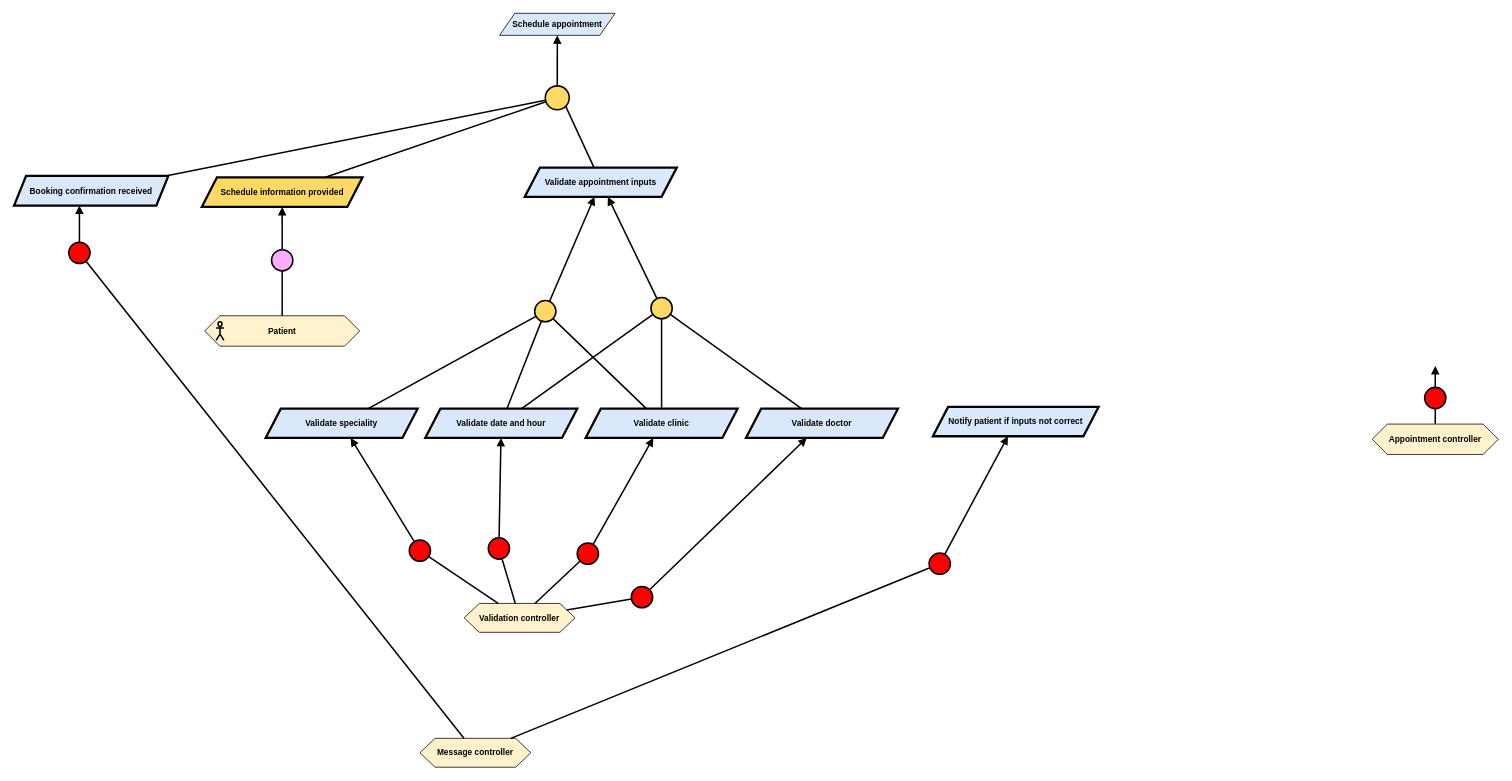
This is Kaos/KAOS 3.drawio from RafaelCMira/myclinic-msp-project, a draw.io file, before an edit. Source tidied: cells renumbered, new cells numbered last; positions are measured from the earlier drawing's top-left corner, leaving out a move shared by most shapes. Both pictures are drawn from the tidied source at 76%, with x=0, y=0 at pixel (14, 13).
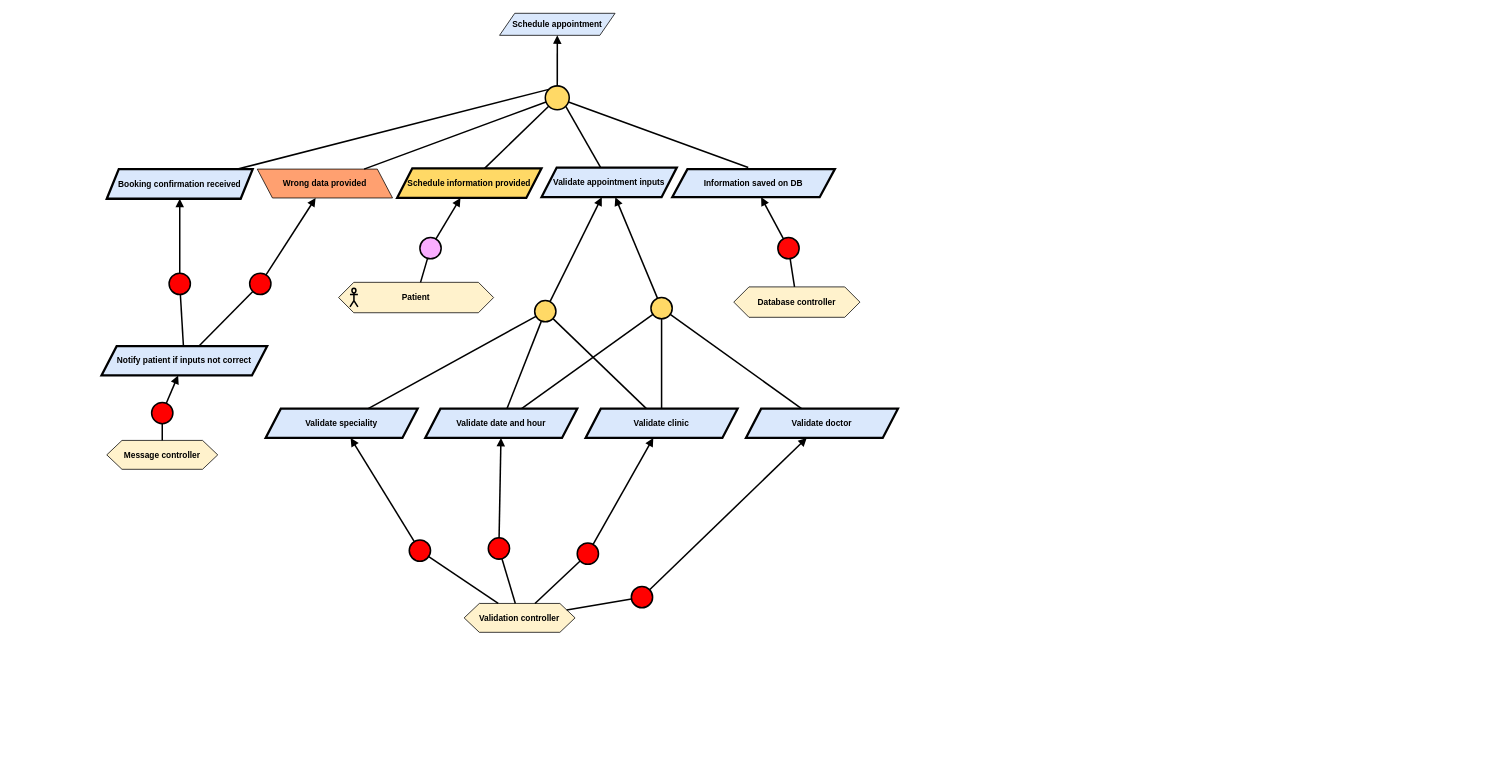
The same page after the edit.

Unchanged cells that the change refers to:
```xml
<mxCell id="14" style="ellipse;whiteSpace=wrap;html=1;fillColor=#FFD966;strokeWidth=2;" parent="1" vertex="1">
  <mxGeometry x="699" y="95.5" width="31.5" height="31.5" as="geometry" />
</mxCell>
```

Change to the diagram source:
```diff
@@
     <mxCell id="4" value="&lt;div&gt;&lt;b&gt;Message controller&lt;/b&gt;&lt;/div&gt;" style="shape=hexagon;perimeter=hexagonPerimeter2;whiteSpace=wrap;html=1;fixedSize=1;fillColor=#FFF2CC;fontFamily=Helvetica;fontSize=11;fontColor=default;labelBackgroundColor=none;" parent="1" vertex="1">
-      <mxGeometry x="534" y="954" width="146" height="38" as="geometry" />
+      <mxGeometry x="122" y="562" width="146" height="38" as="geometry" />
     </mxCell>
     <mxCell id="5" value="&lt;b&gt;Booking confirmation received&lt;/b&gt;" style="shape=parallelogram;perimeter=parallelogramPerimeter;whiteSpace=wrap;html=1;fixedSize=1;fillColor=#dae8fc;strokeColor=#000000;strokeWidth=3;fontFamily=Helvetica;fontSize=11;fontColor=default;labelBackgroundColor=none;size=15.809148879277927;" parent="1" vertex="1">
-      <mxGeometry y="214" width="203" height="39" as="geometry" />
+      <mxGeometry x="122" y="205" width="192" height="39" as="geometry" />
     </mxCell>
     <mxCell id="6" value="&lt;b&gt;Schedule information provided&lt;/b&gt;" style="shape=parallelogram;perimeter=parallelogramPerimeter;whiteSpace=wrap;html=1;fixedSize=1;fillColor=#FFD966;strokeColor=#000000;strokeWidth=3;fontFamily=Helvetica;fontSize=11;fontColor=default;labelBackgroundColor=none;" parent="1" vertex="1">
-      <mxGeometry x="247" y="215.8" width="211.5" height="39" as="geometry" />
+      <mxGeometry x="504" y="204" width="190" height="39" as="geometry" />
     </mxCell>
     <mxCell id="7" value="&lt;b&gt;Validate appointment inputs&lt;/b&gt;" style="shape=parallelogram;perimeter=parallelogramPerimeter;whiteSpace=wrap;html=1;fixedSize=1;fillColor=#dae8fc;strokeColor=#000000;strokeWidth=3;fontFamily=Helvetica;fontSize=11;fontColor=default;labelBackgroundColor=none;" parent="1" vertex="1">
-      <mxGeometry x="672" y="203" width="200" height="38.5" as="geometry" />
+      <mxGeometry x="694" y="203" width="178" height="39" as="geometry" />
     </mxCell>
     <mxCell id="8" style="group;fontFamily=Helvetica;fontSize=11;fontColor=default;labelBackgroundColor=default;" parent="1" vertex="1">
-      <mxGeometry x="250.8" y="398" width="204" height="40" as="geometry" />
+      <mxGeometry x="427" y="354" width="204" height="40" as="geometry" />
     </mxCell>
@@
     <mxCell id="11" style="ellipse;whiteSpace=wrap;html=1;fillColor=#FAADFF;strokeWidth=2;fontFamily=Helvetica;fontSize=11;fontColor=default;labelBackgroundColor=default;" parent="1" vertex="1">
-      <mxGeometry x="338.8" y="311" width="28" height="28" as="geometry" />
+      <mxGeometry x="534" y="295" width="28" height="28" as="geometry" />
     </mxCell>
@@
-    <mxCell id="18" style="endArrow=none;html=1;rounded=0;strokeWidth=2;" parent="1" edge="1" source="14" target="5">
+    <mxCell id="18" style="endArrow=none;html=1;rounded=0;strokeWidth=2;exitX=0;exitY=0;exitDx=0;exitDy=0;" parent="1" edge="1" source="14" target="5">
       <mxGeometry relative="1" as="geometry" />
     </mxCell>
-    <mxCell id="19" value="&lt;b&gt;Appointment controller&lt;/b&gt;" style="shape=hexagon;perimeter=hexagonPerimeter2;whiteSpace=wrap;html=1;fixedSize=1;fillColor=#FFF2CC;fontFamily=Helvetica;fontSize=11;fontColor=default;labelBackgroundColor=none;" parent="1" vertex="1">
-      <mxGeometry x="1787" y="540.5" width="166" height="40" as="geometry" />
-    </mxCell>
     <mxCell id="20" style="ellipse;whiteSpace=wrap;html=1;fillColor=#FF0000;strokeWidth=2;" parent="1" vertex="1">
-      <mxGeometry x="72" y="301.2" width="28" height="28" as="geometry" />
+      <mxGeometry x="204" y="342" width="28" height="28" as="geometry" />
     </mxCell>
-    <mxCell id="21" style="endArrow=block;html=1;rounded=0;endFill=1;strokeWidth=2;" parent="1" edge="1" source="20">
-      <mxGeometry relative="1" as="geometry">
-        <mxPoint x="86" y="253" as="targetPoint" />
-      </mxGeometry>
+    <mxCell id="21" style="endArrow=block;html=1;rounded=0;endFill=1;strokeWidth=2;" parent="1" edge="1" source="20" target="5">
+      <mxGeometry relative="1" as="geometry" />
     </mxCell>
-    <mxCell id="22" style="endArrow=none;html=1;rounded=0;strokeWidth=2;" parent="1" edge="1" source="4" target="20">
+    <mxCell id="22" style="endArrow=none;html=1;rounded=0;strokeWidth=2;" parent="1" edge="1" source="48" target="20">
       <mxGeometry relative="1" as="geometry" />
     </mxCell>
-    <mxCell id="23" style="ellipse;whiteSpace=wrap;html=1;fillColor=#FF0000;strokeWidth=2;" parent="1" vertex="1">
-      <mxGeometry x="1856" y="492.2" width="28" height="28" as="geometry" />
-    </mxCell>
-    <mxCell id="24" style="endArrow=block;html=1;rounded=0;endFill=1;strokeWidth=2;" parent="1" edge="1" source="23">
-      <mxGeometry relative="1" as="geometry">
-        <mxPoint x="1870" y="464" as="targetPoint" />
-      </mxGeometry>
-    </mxCell>
-    <mxCell id="25" style="endArrow=none;html=1;rounded=0;strokeWidth=2;" parent="1" edge="1" source="19" target="23">
-      <mxGeometry relative="1" as="geometry" />
-    </mxCell>
@@
     <mxCell id="48" value="&lt;b&gt;Notify patient if inputs not correct&lt;/b&gt;" style="shape=parallelogram;perimeter=parallelogramPerimeter;whiteSpace=wrap;html=1;fixedSize=1;fillColor=#dae8fc;strokeColor=#000000;strokeWidth=3;fontFamily=Helvetica;fontSize=11;fontColor=default;labelBackgroundColor=none;" parent="1" vertex="1">
-      <mxGeometry x="1209" y="518" width="218" height="38.5" as="geometry" />
+      <mxGeometry x="115" y="438" width="218" height="38.5" as="geometry" />
     </mxCell>
-    <mxCell id="49" style="ellipse;whiteSpace=wrap;html=1;fillColor=#FF0000;strokeWidth=2;" parent="1" vertex="1">
-      <mxGeometry x="1204" y="710.2" width="28" height="28" as="geometry" />
-    </mxCell>
-    <mxCell id="50" style="endArrow=block;html=1;rounded=0;endFill=1;strokeWidth=2;" parent="1" edge="1" source="49" target="48">
-      <mxGeometry relative="1" as="geometry" />
-    </mxCell>
-    <mxCell id="51" style="endArrow=none;html=1;rounded=0;strokeWidth=2;" parent="1" edge="1" source="4" target="49">
-      <mxGeometry relative="1" as="geometry" />
-    </mxCell>
@@
+    <mxCell id="56" value="&lt;b&gt;Information saved on DB&lt;/b&gt;" style="shape=parallelogram;perimeter=parallelogramPerimeter;whiteSpace=wrap;html=1;fixedSize=1;fillColor=#dae8fc;strokeColor=#000000;strokeWidth=3;fontFamily=Helvetica;fontSize=11;fontColor=default;labelBackgroundColor=none;" parent="1" vertex="1">
+      <mxGeometry x="866" y="205" width="214" height="37" as="geometry" />
+    </mxCell>
+    <mxCell id="57" style="endArrow=none;html=1;rounded=0;strokeWidth=2;" parent="1" edge="1" target="14">
+      <mxGeometry relative="1" as="geometry">
+        <mxPoint x="966" y="203" as="sourcePoint" />
+      </mxGeometry>
+    </mxCell>
+    <mxCell id="58" value="&lt;div&gt;&lt;b&gt;Database controller&lt;/b&gt;&lt;/div&gt;" style="shape=hexagon;perimeter=hexagonPerimeter2;whiteSpace=wrap;html=1;fixedSize=1;fillColor=#FFF2CC;fontFamily=Helvetica;fontSize=11;fontColor=default;labelBackgroundColor=none;" parent="1" vertex="1">
+      <mxGeometry x="947" y="360" width="166" height="40" as="geometry" />
+    </mxCell>
+    <mxCell id="59" style="ellipse;whiteSpace=wrap;html=1;fillColor=#FF0505;strokeWidth=2;fontFamily=Helvetica;fontSize=11;fontColor=default;labelBackgroundColor=default;" parent="1" vertex="1">
+      <mxGeometry x="1005" y="295" width="28" height="28" as="geometry" />
+    </mxCell>
+    <mxCell id="60" style="endArrow=block;html=1;rounded=0;endFill=1;strokeWidth=2;strokeColor=default;align=center;verticalAlign=middle;fontFamily=Helvetica;fontSize=11;fontColor=default;labelBackgroundColor=default;" parent="1" edge="1" source="59" target="56">
+      <mxGeometry relative="1" as="geometry" />
+    </mxCell>
+    <mxCell id="61" style="endArrow=none;html=1;rounded=0;strokeWidth=2;strokeColor=default;align=center;verticalAlign=middle;fontFamily=Helvetica;fontSize=11;fontColor=default;labelBackgroundColor=default;" parent="1" edge="1" source="58" target="59">
+      <mxGeometry relative="1" as="geometry" />
+    </mxCell>
+    <mxCell id="62" value="Wrong data provided" style="shape=parallelogram;perimeter=parallelogramPerimeter;whiteSpace=wrap;html=1;fixedSize=1;fillColor=#FFA070;fontStyle=1;fontFamily=Helvetica;fontSize=11;fontColor=default;labelBackgroundColor=none;flipH=1;flipV=0;" parent="1" vertex="1">
+      <mxGeometry x="320" y="205" width="178" height="38" as="geometry" />
+    </mxCell>
+    <mxCell id="63" style="endArrow=none;html=1;rounded=0;strokeWidth=2;" parent="1" edge="1" source="14" target="62">
+      <mxGeometry relative="1" as="geometry" />
+    </mxCell>
+    <mxCell id="64" style="ellipse;whiteSpace=wrap;html=1;fillColor=#FF0000;strokeWidth=2;" parent="1" vertex="1">
+      <mxGeometry x="310" y="342" width="28" height="28" as="geometry" />
+    </mxCell>
+    <mxCell id="65" style="endArrow=block;html=1;rounded=0;endFill=1;strokeWidth=2;" parent="1" edge="1" source="64" target="62">
+      <mxGeometry relative="1" as="geometry" />
+    </mxCell>
+    <mxCell id="66" style="endArrow=none;html=1;rounded=0;strokeWidth=2;" parent="1" edge="1" source="48" target="64">
+      <mxGeometry relative="1" as="geometry" />
+    </mxCell>
+    <mxCell id="67" style="ellipse;whiteSpace=wrap;html=1;fillColor=#FF0000;strokeWidth=2;" parent="1" vertex="1">
+      <mxGeometry x="181" y="512" width="28" height="28" as="geometry" />
+    </mxCell>
+    <mxCell id="68" style="endArrow=block;html=1;rounded=0;endFill=1;strokeWidth=2;" parent="1" edge="1" source="67" target="48">
+      <mxGeometry relative="1" as="geometry" />
+    </mxCell>
+    <mxCell id="69" style="endArrow=none;html=1;rounded=0;strokeWidth=2;" parent="1" edge="1" source="4" target="67">
+      <mxGeometry relative="1" as="geometry" />
+    </mxCell>
```
